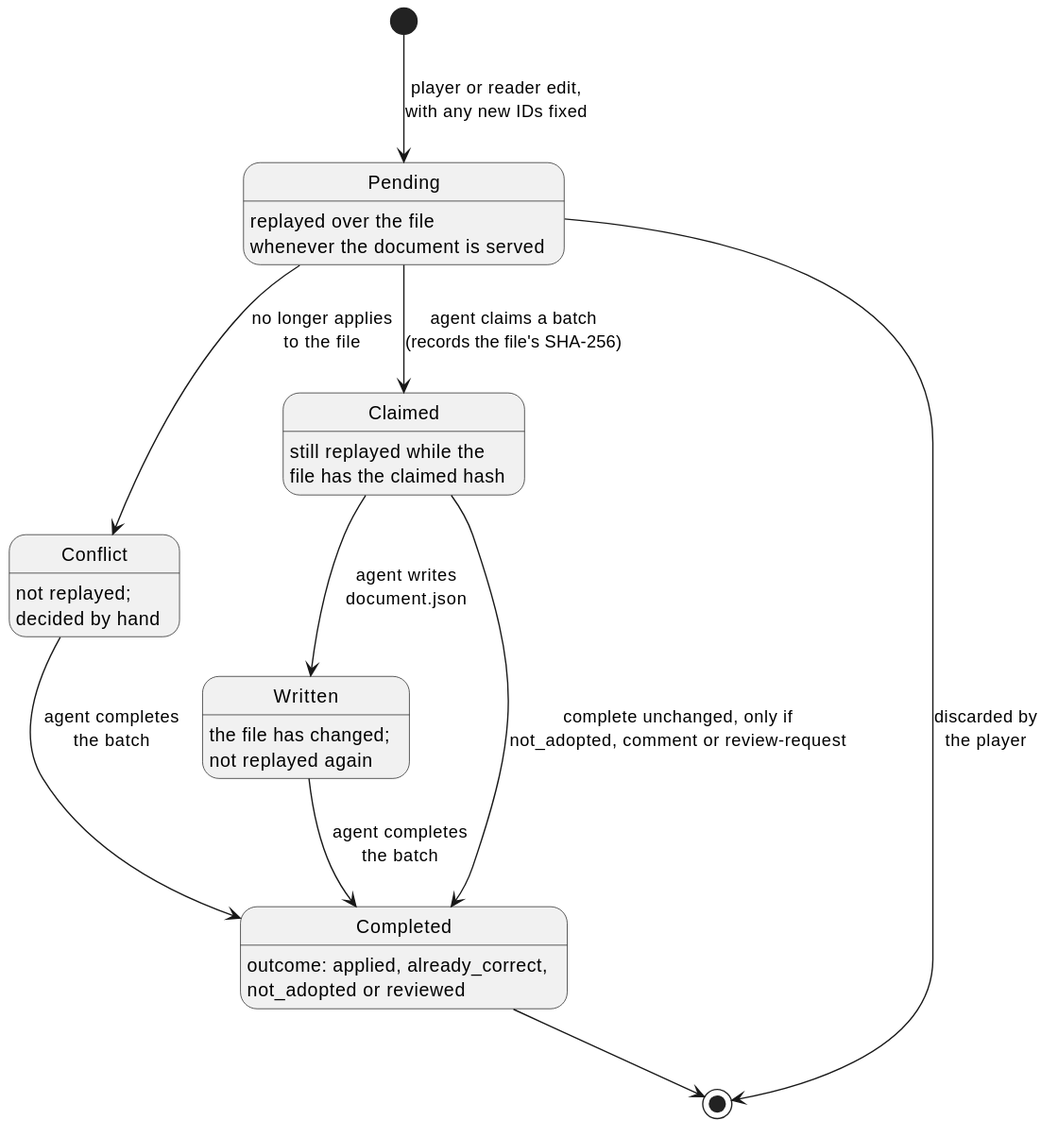
This is docs/diagrams/edit-lifecycle.svg from parkie213/petites-roues, a PlantUML export, as it was before one commit. Its diagram source:
```plantuml
@startuml
skinparam shadowing false
skinparam defaultFontName sans-serif
hide empty description

[*] --> Pending : player or reader edit,\nwith any new IDs fixed
Pending : replayed over the file\nwhenever the document is served
Pending --> Conflict : no longer applies\nto the file
Conflict : not replayed;\ndecided by hand
Pending --> Claimed : agent claims a batch\n(records the file's SHA-256)
Claimed : still replayed while the\nfile has the claimed hash
Claimed --> Written : agent writes\ndocument.json
Written : the file has changed;\nnot replayed again
Written --> Completed : agent completes\nthe batch
Conflict --> Completed : agent completes\nthe batch
Claimed --> Completed : complete unchanged, only if\nnot_adopted, comment or review-request
Pending --> [*] : discarded by\nthe player
Completed : outcome: applied, already_correct,\nnot_adopted or reviewed
Completed --> [*]
@enduml
```
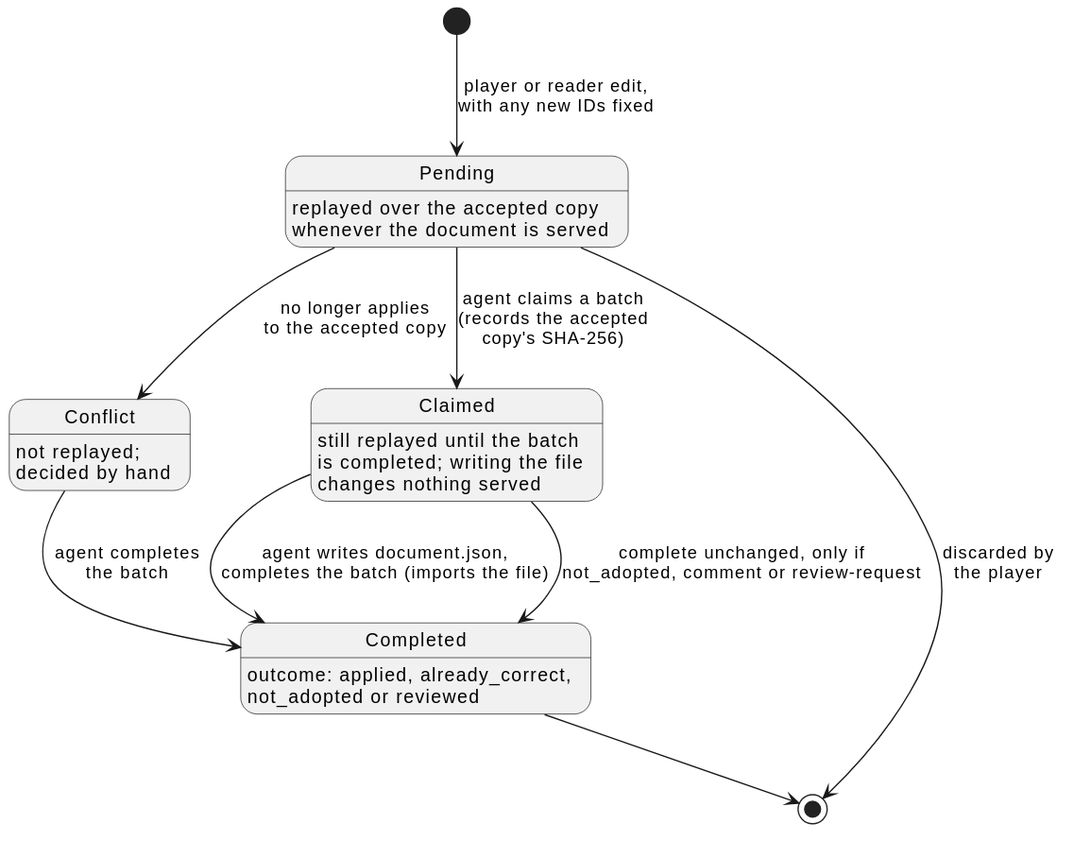
Above is the later version.

The edit, as a diff of the source:
```diff
@@ -4,14 +4,12 @@
 hide empty description
 
 [*] --> Pending : player or reader edit,\nwith any new IDs fixed
-Pending : replayed over the file\nwhenever the document is served
-Pending --> Conflict : no longer applies\nto the file
+Pending : replayed over the accepted copy\nwhenever the document is served
+Pending --> Conflict : no longer applies\nto the accepted copy
 Conflict : not replayed;\ndecided by hand
-Pending --> Claimed : agent claims a batch\n(records the file's SHA-256)
-Claimed : still replayed while the\nfile has the claimed hash
-Claimed --> Written : agent writes\ndocument.json
-Written : the file has changed;\nnot replayed again
-Written --> Completed : agent completes\nthe batch
+Pending --> Claimed : agent claims a batch\n(records the accepted\ncopy's SHA-256)
+Claimed : still replayed until the batch\nis completed; writing the file\nchanges nothing served
+Claimed --> Completed : agent writes document.json,\ncompletes the batch (imports the file)
 Conflict --> Completed : agent completes\nthe batch
 Claimed --> Completed : complete unchanged, only if\nnot_adopted, comment or review-request
 Pending --> [*] : discarded by\nthe player
```
